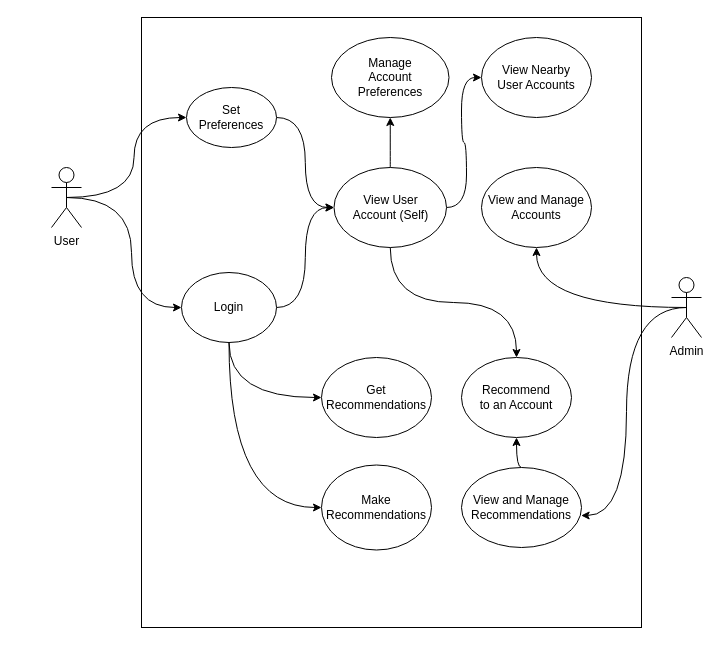
Earlier version of the draw.io diagram UseCase.drawio (Aka-sha/CSC340). Source tidied: cells renumbered, new cells numbered last; positions are measured from the earlier drawing's top-left corner, leaving out a move shared by most shapes. Both pictures are drawn from the tidied source at 100%, with x=0, y=0 at pixel (51, 17).
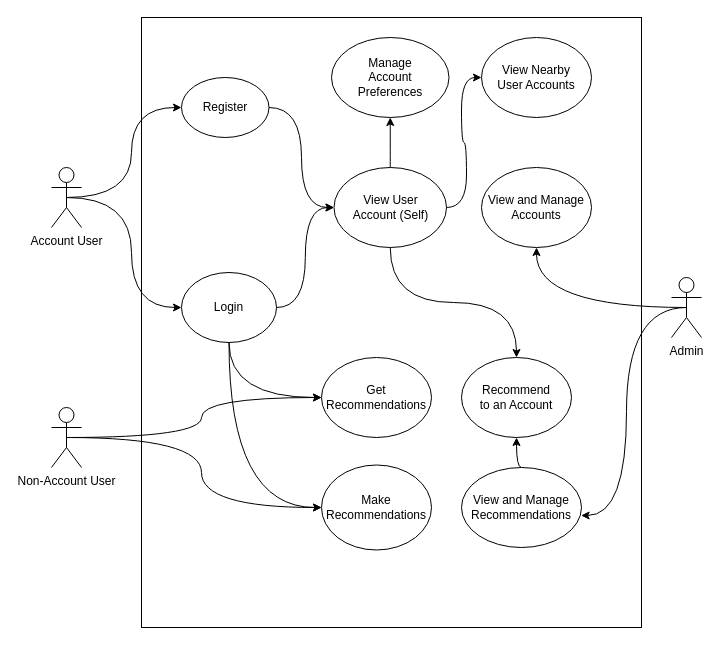
Above is the later version.

Unchanged cells that the change refers to:
```xml
<mxCell id="11" value="View User&lt;br&gt;Account (Self)" style="ellipse;whiteSpace=wrap;html=1;" parent="1" vertex="1">
  <mxGeometry x="282.5" y="150" width="112.5" height="80" as="geometry" />
</mxCell>
<mxCell id="21" value="Make Recommendations" style="ellipse;whiteSpace=wrap;html=1;" parent="1" vertex="1">
  <mxGeometry x="270" y="447.5" width="110" height="85" as="geometry" />
</mxCell>
<mxCell id="27" value="Get Recommendations" style="ellipse;whiteSpace=wrap;html=1;" parent="1" vertex="1">
  <mxGeometry x="270" y="340" width="110" height="80" as="geometry" />
</mxCell>
```

Diff of the diagram source:
```diff
@@
-    <mxCell id="4" style="edgeStyle=orthogonalEdgeStyle;jettySize=auto;html=1;exitX=0.5;exitY=0.5;exitDx=0;exitDy=0;exitPerimeter=0;entryX=0;entryY=0.5;entryDx=0;entryDy=0;curved=1;" parent="1" edge="1" source="5" target="7">
-      <mxGeometry relative="1" as="geometry" />
-    </mxCell>
+    <mxCell id="28" style="edgeStyle=orthogonalEdgeStyle;jettySize=auto;html=1;exitX=0.5;exitY=0.5;exitDx=0;exitDy=0;exitPerimeter=0;entryX=0;entryY=0.5;entryDx=0;entryDy=0;curved=1;" parent="1" edge="1" source="5" target="30">
+      <mxGeometry relative="1" as="geometry" />
+    </mxCell>
-    <mxCell id="5" value="User" style="shape=umlActor;verticalLabelPosition=bottom;verticalAlign=top;html=1;outlineConnect=0;" parent="1" vertex="1">
+    <mxCell id="5" value="Account User" style="shape=umlActor;verticalLabelPosition=bottom;verticalAlign=top;html=1;outlineConnect=0;" parent="1" vertex="1">
       <mxGeometry y="150" width="30" height="60" as="geometry" />
     </mxCell>
-    <mxCell id="6" style="edgeStyle=orthogonalEdgeStyle;jettySize=auto;html=1;exitX=1;exitY=0.5;exitDx=0;exitDy=0;entryX=0;entryY=0.5;entryDx=0;entryDy=0;curved=1;" parent="1" edge="1" source="7" target="11">
-      <mxGeometry relative="1" as="geometry" />
-    </mxCell>
-    <mxCell id="7" value="Set &lt;br&gt;Preferences" style="ellipse;whiteSpace=wrap;html=1;" parent="1" vertex="1">
-      <mxGeometry x="135" y="70" width="90" height="60" as="geometry" />
-    </mxCell>
@@
+    <mxCell id="29" style="edgeStyle=orthogonalEdgeStyle;curved=1;jettySize=auto;html=1;exitX=1;exitY=0.5;exitDx=0;exitDy=0;entryX=0;entryY=0.5;entryDx=0;entryDy=0;" parent="1" edge="1" source="30" target="11">
+      <mxGeometry relative="1" as="geometry" />
+    </mxCell>
+    <mxCell id="30" value="Register" style="ellipse;whiteSpace=wrap;html=1;" parent="1" vertex="1">
+      <mxGeometry x="130" y="60" width="87.5" height="60" as="geometry" />
+    </mxCell>
+    <mxCell id="31" style="edgeStyle=orthogonalEdgeStyle;curved=1;jettySize=auto;html=1;exitX=0.5;exitY=0.5;exitDx=0;exitDy=0;exitPerimeter=0;entryX=0;entryY=0.5;entryDx=0;entryDy=0;noJump=0;" parent="1" edge="1" source="33" target="27">
+      <mxGeometry relative="1" as="geometry" />
+    </mxCell>
+    <mxCell id="32" style="edgeStyle=orthogonalEdgeStyle;curved=1;jettySize=auto;html=1;exitX=0.5;exitY=0.5;exitDx=0;exitDy=0;exitPerimeter=0;entryX=0;entryY=0.5;entryDx=0;entryDy=0;" parent="1" edge="1" source="33" target="21">
+      <mxGeometry relative="1" as="geometry" />
+    </mxCell>
+    <mxCell id="33" value="Non-Account User" style="shape=umlActor;verticalLabelPosition=bottom;verticalAlign=top;html=1;outlineConnect=0;" parent="1" vertex="1">
+      <mxGeometry y="390" width="30" height="60" as="geometry" />
+    </mxCell>
```
